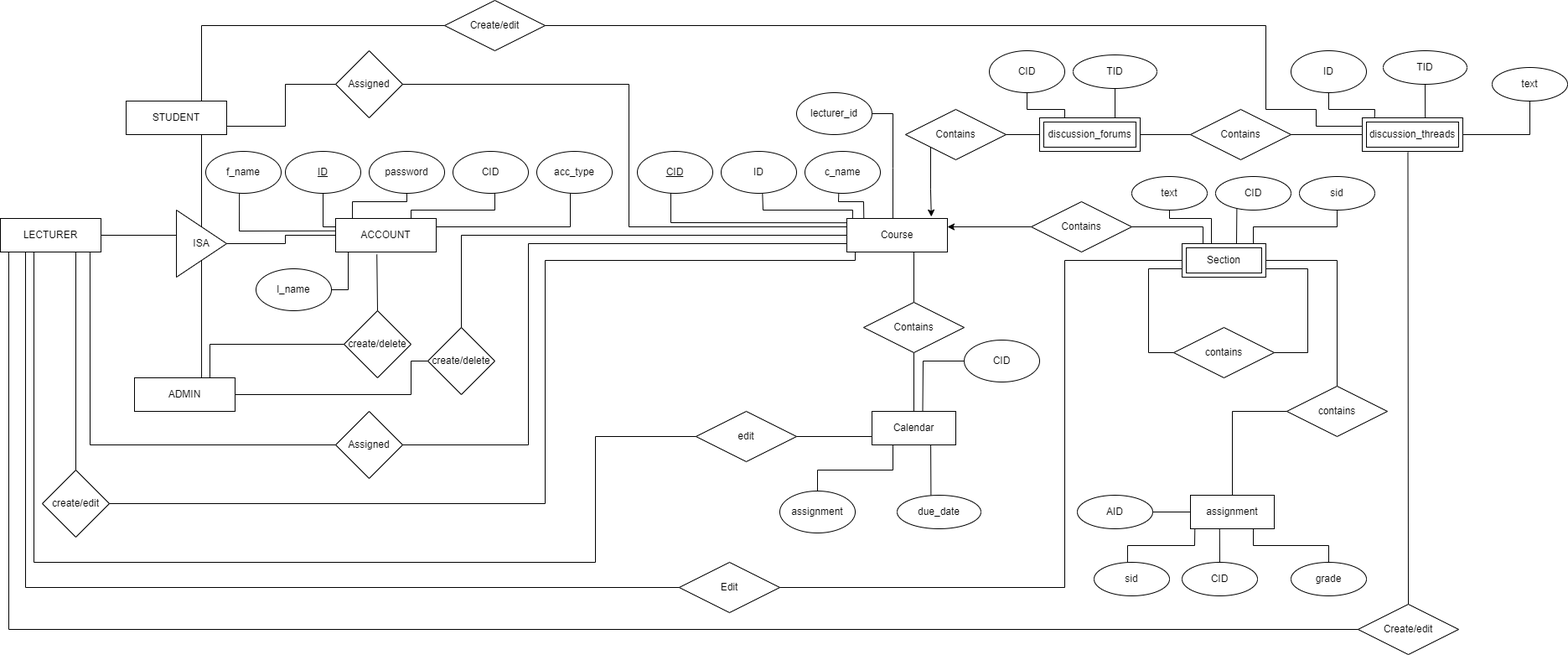
The draw.io diagram ERD_Group_project.drawio.png in willoking32/Comp_3161-Group_Project, before a commit. Source tidied: cells renumbered, new cells last; positions are measured from the earlier drawing's top-left corner, leaving out a move shared by most shapes.
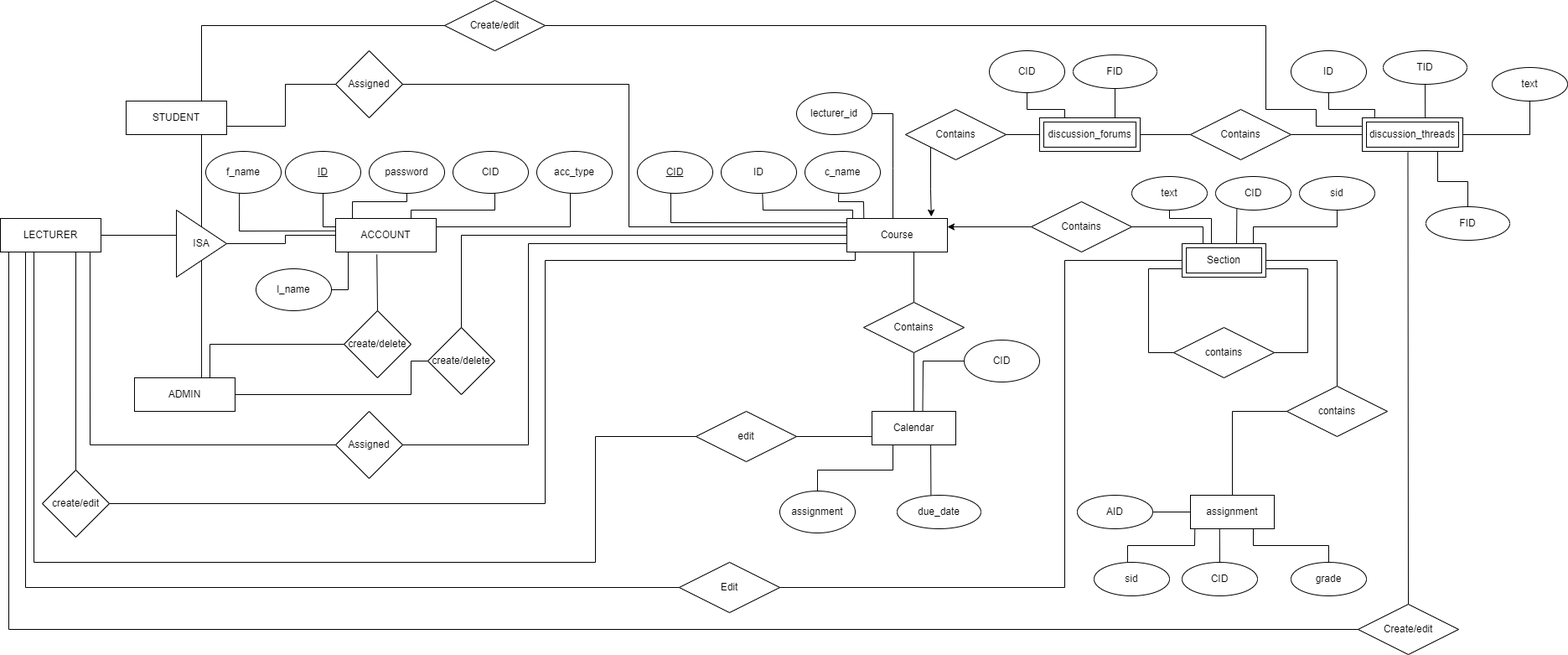
The same diagram one commit later.

The edit, as a diff of the source:
```diff
@@ -340,7 +340,7 @@
         </Array>
       </mxGeometry>
     </mxCell>
-    <mxCell id="76" value="TID&lt;span style=&quot;color: rgba(0, 0, 0, 0); font-family: monospace; font-size: 0px; text-align: start; text-wrap: nowrap;&quot;&gt;%3CmxGraphModel%3E%3Croot%3E%3CmxCell%20id%3D%220%22%2F%3E%3CmxCell%20id%3D%221%22%20parent%3D%220%22%2F%3E%3CmxCell%20id%3D%222%22%20value%3D%22fID%22%20style%3D%22ellipse%3BwhiteSpace%3Dwrap%3Bhtml%3D1%3Balign%3Dcenter%3B%22%20vertex%3D%221%22%20parent%3D%221%22%3E%3CmxGeometry%20x%3D%22940%22%20y%3D%2235%22%20width%3D%22100%22%20height%3D%2240%22%20as%3D%22geometry%22%2F%3E%3C%2FmxCell%3E%3C%2Froot%3E%3C%2FmxGraphModel%3E&lt;/span&gt;" style="ellipse;whiteSpace=wrap;html=1;align=center;" parent="1" vertex="1">
+    <mxCell id="76" value="FID" style="ellipse;whiteSpace=wrap;html=1;align=center;" parent="1" vertex="1">
       <mxGeometry x="1280" y="65" width="100" height="40" as="geometry" />
     </mxCell>
     <mxCell id="77" value="TID&lt;span style=&quot;color: rgba(0, 0, 0, 0); font-family: monospace; font-size: 0px; text-align: start; text-wrap: nowrap;&quot;&gt;%3CmxGraphModel%3E%3Croot%3E%3CmxCell%20id%3D%220%22%2F%3E%3CmxCell%20id%3D%221%22%20parent%3D%220%22%2F%3E%3CmxCell%20id%3D%222%22%20value%3D%22fID%22%20style%3D%22ellipse%3BwhiteSpace%3Dwrap%3Bhtml%3D1%3Balign%3Dcenter%3B%22%20vertex%3D%221%22%20parent%3D%221%22%3E%3CmxGeometry%20x%3D%22940%22%20y%3D%2235%22%20width%3D%22100%22%20height%3D%2240%22%20as%3D%22geometry%22%2F%3E%3C%2FmxCell%3E%3C%2Froot%3E%3C%2FmxGraphModel%3E&lt;/span&gt;" style="ellipse;whiteSpace=wrap;html=1;align=center;" parent="1" vertex="1">
@@ -528,5 +528,16 @@
         </Array>
       </mxGeometry>
     </mxCell>
+    <mxCell id="113" value="FID" style="ellipse;whiteSpace=wrap;html=1;align=center;" parent="1" vertex="1">
+      <mxGeometry x="1701" y="246" width="100" height="40" as="geometry" />
+    </mxCell>
+    <mxCell id="114" style="endArrow=none;html=1;rounded=0;exitX=0.75;exitY=1;exitDx=0;exitDy=0;entryX=0.5;entryY=0;entryDx=0;entryDy=0;" parent="1" edge="1" source="43" target="113">
+      <mxGeometry relative="1" as="geometry">
+        <Array as="points">
+          <mxPoint x="1715" y="216" />
+          <mxPoint x="1751" y="216" />
+        </Array>
+      </mxGeometry>
+    </mxCell>
   </root>
 </mxGraphModel>
```
